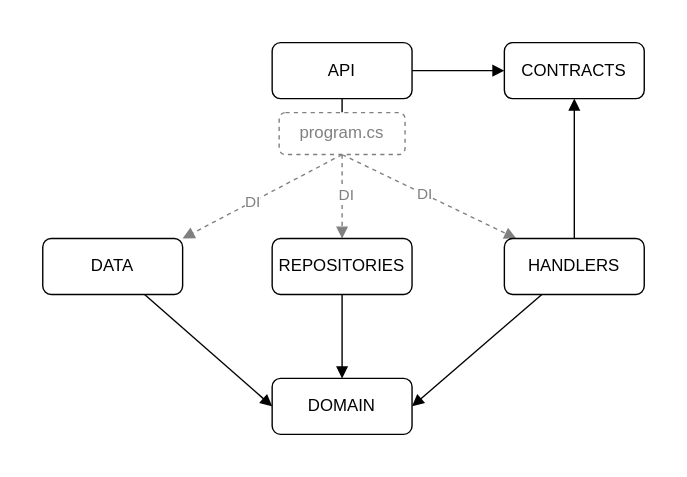
livun/bouvet-asset-hub keeps this draw.io diagram as docs/diagrams/backend.drawio.svg. Above is the earlier version. Source tidied: cells renumbered, new cells last; positions are measured from the earlier drawing's top-left corner, leaving out a move shared by most shapes. The source it was exported from:
```xml
<mxGraphModel background="#FFFFFF">
  <root>
    <mxCell id="0" />
    <mxCell id="1" parent="0" />
    <mxCell id="2" style="edgeStyle=none;html=1;exitX=0.5;exitY=1;exitDx=0;exitDy=0;entryX=0.5;entryY=0;entryDx=0;entryDy=0;endArrow=none;endFill=0;" parent="1" edge="1" source="4" target="11">
      <mxGeometry relative="1" as="geometry" />
    </mxCell>
    <mxCell id="3" style="edgeStyle=none;html=1;entryX=0;entryY=0.5;entryDx=0;entryDy=0;endArrow=block;endFill=1;" parent="1" edge="1" source="4" target="12">
      <mxGeometry relative="1" as="geometry" />
    </mxCell>
    <mxCell id="4" value="API" style="rounded=1;whiteSpace=wrap;html=1;" parent="1" vertex="1">
      <mxGeometry x="164" width="100" height="40" as="geometry" />
    </mxCell>
    <mxCell id="5" style="edgeStyle=none;html=1;endArrow=block;endFill=1;dashed=1;exitX=0.5;exitY=1;exitDx=0;exitDy=0;strokeColor=#808080;" parent="1" edge="1" source="11" target="15">
      <mxGeometry relative="1" as="geometry" />
    </mxCell>
    <mxCell id="6" value="&lt;font color=&quot;#808080&quot;&gt;DI&lt;/font&gt;" style="edgeLabel;html=1;align=center;verticalAlign=middle;" parent="5" vertex="1">
      <mxGeometry x="-0.06" y="1" relative="1" as="geometry" />
    </mxCell>
    <mxCell id="7" style="edgeStyle=none;html=1;entryX=1;entryY=0;entryDx=0;entryDy=0;dashed=1;endArrow=block;endFill=1;exitX=0.5;exitY=1;exitDx=0;exitDy=0;strokeColor=#808080;" parent="1" edge="1" source="11" target="18">
      <mxGeometry relative="1" as="geometry" />
    </mxCell>
    <mxCell id="8" value="DI" style="edgeLabel;html=1;align=center;verticalAlign=middle;fontColor=#808080;" parent="7" vertex="1">
      <mxGeometry x="0.14" relative="1" as="geometry" />
    </mxCell>
    <mxCell id="9" style="edgeStyle=none;html=1;entryX=0.5;entryY=0;entryDx=0;entryDy=0;dashed=1;endArrow=block;endFill=1;strokeColor=#808080;" parent="1" edge="1" source="11" target="20">
      <mxGeometry relative="1" as="geometry" />
    </mxCell>
    <mxCell id="10" value="&lt;font color=&quot;#808080&quot;&gt;DI&lt;/font&gt;" style="edgeLabel;html=1;align=center;verticalAlign=middle;" parent="9" vertex="1">
      <mxGeometry x="-0.07" y="2" relative="1" as="geometry" />
    </mxCell>
    <mxCell id="11" value="&lt;font color=&quot;#808080&quot;&gt;program.cs&lt;/font&gt;" style="rounded=1;whiteSpace=wrap;html=1;dashed=1;strokeColor=#808080;" parent="1" vertex="1">
      <mxGeometry x="169" y="50" width="90" height="30" as="geometry" />
    </mxCell>
    <mxCell id="12" value="CONTRACTS" style="rounded=1;whiteSpace=wrap;html=1;" parent="1" vertex="1">
      <mxGeometry x="330" width="100" height="40" as="geometry" />
    </mxCell>
    <mxCell id="13" style="edgeStyle=none;html=1;entryX=0.5;entryY=1;entryDx=0;entryDy=0;endArrow=block;endFill=1;" parent="1" edge="1" source="15" target="12">
      <mxGeometry relative="1" as="geometry" />
    </mxCell>
    <mxCell id="14" style="edgeStyle=none;html=1;entryX=1;entryY=0.5;entryDx=0;entryDy=0;endArrow=block;endFill=1;" parent="1" edge="1" source="15" target="16">
      <mxGeometry relative="1" as="geometry" />
    </mxCell>
    <mxCell id="15" value="HANDLERS" style="rounded=1;whiteSpace=wrap;html=1;" parent="1" vertex="1">
      <mxGeometry x="330" y="140" width="100" height="40" as="geometry" />
    </mxCell>
    <mxCell id="16" value="DOMAIN" style="rounded=1;whiteSpace=wrap;html=1;" parent="1" vertex="1">
      <mxGeometry x="164" y="240" width="100" height="40" as="geometry" />
    </mxCell>
    <mxCell id="17" style="edgeStyle=none;html=1;entryX=0;entryY=0.5;entryDx=0;entryDy=0;endArrow=block;endFill=1;" parent="1" edge="1" source="18" target="16">
      <mxGeometry relative="1" as="geometry" />
    </mxCell>
    <mxCell id="18" value="DATA" style="rounded=1;whiteSpace=wrap;html=1;" parent="1" vertex="1">
      <mxGeometry y="140" width="100" height="40" as="geometry" />
    </mxCell>
    <mxCell id="19" style="edgeStyle=none;html=1;entryX=0.5;entryY=0;entryDx=0;entryDy=0;endArrow=block;endFill=1;" parent="1" edge="1" source="20" target="16">
      <mxGeometry relative="1" as="geometry" />
    </mxCell>
    <mxCell id="20" value="REPOSITORIES" style="rounded=1;whiteSpace=wrap;html=1;" parent="1" vertex="1">
      <mxGeometry x="164" y="140" width="100" height="40" as="geometry" />
    </mxCell>
  </root>
</mxGraphModel>
```
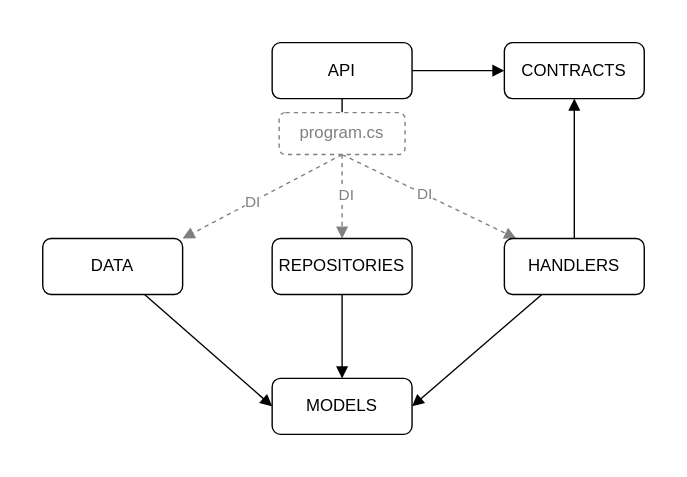
The same diagram one commit later.

Diff of the diagram source:
```diff
@@ -44,7 +44,7 @@
     <mxCell id="15" value="HANDLERS" style="rounded=1;whiteSpace=wrap;html=1;" parent="1" vertex="1">
       <mxGeometry x="330" y="140" width="100" height="40" as="geometry" />
     </mxCell>
-    <mxCell id="16" value="DOMAIN" style="rounded=1;whiteSpace=wrap;html=1;" parent="1" vertex="1">
+    <mxCell id="16" value="MODELS" style="rounded=1;whiteSpace=wrap;html=1;" parent="1" vertex="1">
       <mxGeometry x="164" y="240" width="100" height="40" as="geometry" />
     </mxCell>
     <mxCell id="17" style="edgeStyle=none;html=1;entryX=0;entryY=0.5;entryDx=0;entryDy=0;endArrow=block;endFill=1;" parent="1" edge="1" source="18" target="16">
```
